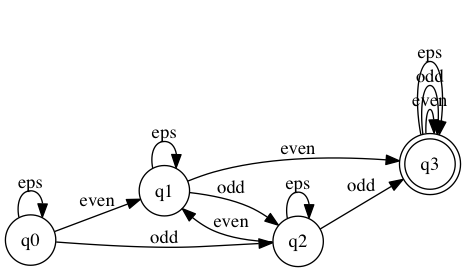
The Graphviz diagram complement.dot.png in sdierauf/automata-and-languages-lab2, before a commit. Its source is kept beside it as complement.dot.
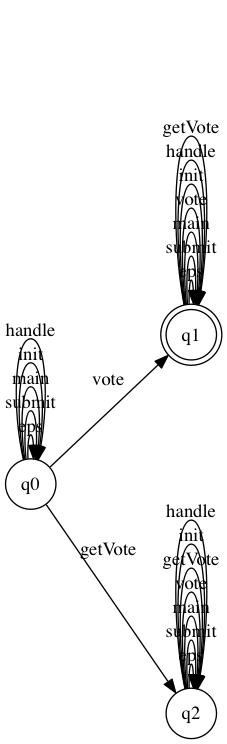
Later version of the same file.

The edit, as a diff of the source:
```diff
@@ -1,17 +1,26 @@
 digraph finite_state_machine {
 	rankdir=LR;
-	node [shape = doublecircle]; q3
+	node [shape = doublecircle]; q1
 	 node [shape = circle];
 	q0 -> q0 [ label = "eps"];
-	q0 -> q1 [ label = "even"];
+	q0 -> q0 [ label = "submit"];
+	q0 -> q0 [ label = "main"];
+	q0 -> q0 [ label = "init"];
+	q0 -> q0 [ label = "handle"];
+	q0 -> q1 [ label = "vote"];
 	q1 -> q1 [ label = "eps"];
-	q1 -> q3 [ label = "even"];
-	q3 -> q3 [ label = "even"];
-	q3 -> q3 [ label = "odd"];
-	q3 -> q3 [ label = "eps"];
-	q1 -> q2 [ label = "odd"];
-	q0 -> q2 [ label = "odd"];
-	q2 -> q3 [ label = "odd"];
+	q1 -> q1 [ label = "submit"];
+	q1 -> q1 [ label = "main"];
+	q1 -> q1 [ label = "vote"];
+	q1 -> q1 [ label = "init"];
+	q1 -> q1 [ label = "handle"];
+	q1 -> q1 [ label = "getVote"];
+	q0 -> q2 [ label = "getVote"];
 	q2 -> q2 [ label = "eps"];
-	q2 -> q1 [ label = "even"];
+	q2 -> q2 [ label = "submit"];
+	q2 -> q2 [ label = "main"];
+	q2 -> q2 [ label = "vote"];
+	q2 -> q2 [ label = "getVote"];
+	q2 -> q2 [ label = "init"];
+	q2 -> q2 [ label = "handle"];
 }
```
